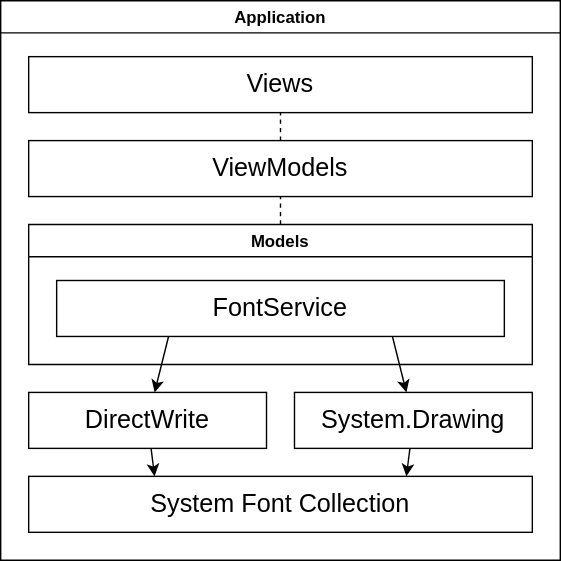
Before: Images/arch.svg, a diagram exported from draw.io (humaranah/charmap_plus). Source tidied: cells renumbered, new cells last; positions are measured from the earlier drawing's top-left corner, leaving out a move shared by most shapes. Its diagram source:
```xml
<mxGraphModel>
  <root>
    <mxCell id="0" />
    <mxCell id="1" parent="0" />
    <mxCell id="2" value="Application" style="swimlane;" parent="1" vertex="1">
      <mxGeometry width="400" height="400" as="geometry" />
    </mxCell>
    <mxCell id="3" value="Views" style="rounded=0;whiteSpace=wrap;html=1;fontSize=18;" parent="2" vertex="1">
      <mxGeometry x="20" y="40" width="360" height="40" as="geometry" />
    </mxCell>
    <mxCell id="4" value="ViewModels" style="rounded=0;whiteSpace=wrap;html=1;fontSize=18;" parent="2" vertex="1">
      <mxGeometry x="20" y="100" width="360" height="40" as="geometry" />
    </mxCell>
    <mxCell id="5" value="Models" style="swimlane;" parent="2" vertex="1">
      <mxGeometry x="20" y="160" width="360" height="100" as="geometry" />
    </mxCell>
    <mxCell id="6" value="FontService" style="rounded=0;whiteSpace=wrap;html=1;fontSize=18;" parent="5" vertex="1">
      <mxGeometry x="20" y="40" width="320" height="40" as="geometry" />
    </mxCell>
    <mxCell id="7" value="DirectWrite" style="rounded=0;whiteSpace=wrap;html=1;fontSize=18;" parent="2" vertex="1">
      <mxGeometry x="20" y="280" width="170" height="40" as="geometry" />
    </mxCell>
    <mxCell id="8" value="System.Drawing" style="rounded=0;whiteSpace=wrap;html=1;fontSize=18;" parent="2" vertex="1">
      <mxGeometry x="210" y="280" width="170" height="40" as="geometry" />
    </mxCell>
    <mxCell id="9" value="System Font Collection" style="rounded=0;whiteSpace=wrap;html=1;fontSize=18;" parent="2" vertex="1">
      <mxGeometry x="20" y="340" width="360" height="40" as="geometry" />
    </mxCell>
    <mxCell id="10" style="endArrow=none;dashed=1;html=1;" parent="2" edge="1" source="4" target="3">
      <mxGeometry relative="1" as="geometry" />
    </mxCell>
    <mxCell id="11" style="endArrow=none;dashed=1;html=1;" parent="2" edge="1" source="5" target="4">
      <mxGeometry relative="1" as="geometry" />
    </mxCell>
    <mxCell id="12" style="endArrow=classic;html=1;exitX=0.75;exitY=1;exitDx=0;exitDy=0;" parent="2" edge="1" source="6" target="8">
      <mxGeometry relative="1" as="geometry" />
    </mxCell>
    <mxCell id="13" style="endArrow=classic;html=1;exitX=0.25;exitY=1;exitDx=0;exitDy=0;" parent="2" edge="1" source="6" target="7">
      <mxGeometry relative="1" as="geometry" />
    </mxCell>
    <mxCell id="14" style="endArrow=classic;html=1;entryX=0.75;entryY=0;entryDx=0;entryDy=0;" parent="2" edge="1" source="8" target="9">
      <mxGeometry relative="1" as="geometry" />
    </mxCell>
    <mxCell id="15" style="endArrow=classic;html=1;entryX=0.25;entryY=0;entryDx=0;entryDy=0;" parent="2" edge="1" source="7" target="9">
      <mxGeometry relative="1" as="geometry" />
    </mxCell>
  </root>
</mxGraphModel>
```
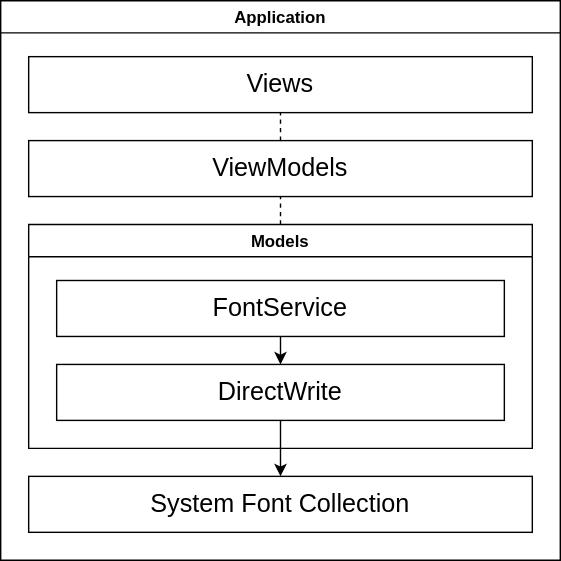
After the change.

Diff of the diagram source:
```diff
@@ -12,17 +12,17 @@
       <mxGeometry x="20" y="100" width="360" height="40" as="geometry" />
     </mxCell>
     <mxCell id="5" value="Models" style="swimlane;" parent="2" vertex="1">
-      <mxGeometry x="20" y="160" width="360" height="100" as="geometry" />
+      <mxGeometry x="20" y="160" width="360" height="160" as="geometry" />
     </mxCell>
     <mxCell id="6" value="FontService" style="rounded=0;whiteSpace=wrap;html=1;fontSize=18;" parent="5" vertex="1">
       <mxGeometry x="20" y="40" width="320" height="40" as="geometry" />
     </mxCell>
-    <mxCell id="7" value="DirectWrite" style="rounded=0;whiteSpace=wrap;html=1;fontSize=18;" parent="2" vertex="1">
-      <mxGeometry x="20" y="280" width="170" height="40" as="geometry" />
+    <mxCell id="7" value="DirectWrite" style="rounded=0;whiteSpace=wrap;html=1;fontSize=18;" parent="5" vertex="1">
+      <mxGeometry x="20" y="100" width="320" height="40" as="geometry" />
     </mxCell>
-    <mxCell id="8" value="System.Drawing" style="rounded=0;whiteSpace=wrap;html=1;fontSize=18;" parent="2" vertex="1">
-      <mxGeometry x="210" y="280" width="170" height="40" as="geometry" />
-    </mxCell>
+    <mxCell id="13" style="endArrow=classic;html=1;" parent="5" edge="1" source="6" target="7">
+      <mxGeometry relative="1" as="geometry" />
+    </mxCell>
     <mxCell id="9" value="System Font Collection" style="rounded=0;whiteSpace=wrap;html=1;fontSize=18;" parent="2" vertex="1">
       <mxGeometry x="20" y="340" width="360" height="40" as="geometry" />
     </mxCell>
@@ -32,16 +32,7 @@
     <mxCell id="11" style="endArrow=none;dashed=1;html=1;" parent="2" edge="1" source="5" target="4">
       <mxGeometry relative="1" as="geometry" />
     </mxCell>
-    <mxCell id="12" style="endArrow=classic;html=1;exitX=0.75;exitY=1;exitDx=0;exitDy=0;" parent="2" edge="1" source="6" target="8">
-      <mxGeometry relative="1" as="geometry" />
-    </mxCell>
-    <mxCell id="13" style="endArrow=classic;html=1;exitX=0.25;exitY=1;exitDx=0;exitDy=0;" parent="2" edge="1" source="6" target="7">
-      <mxGeometry relative="1" as="geometry" />
-    </mxCell>
-    <mxCell id="14" style="endArrow=classic;html=1;entryX=0.75;entryY=0;entryDx=0;entryDy=0;" parent="2" edge="1" source="8" target="9">
-      <mxGeometry relative="1" as="geometry" />
-    </mxCell>
-    <mxCell id="15" style="endArrow=classic;html=1;entryX=0.25;entryY=0;entryDx=0;entryDy=0;" parent="2" edge="1" source="7" target="9">
+    <mxCell id="15" style="endArrow=classic;html=1;" parent="2" edge="1" source="7" target="9">
       <mxGeometry relative="1" as="geometry" />
     </mxCell>
   </root>
```
